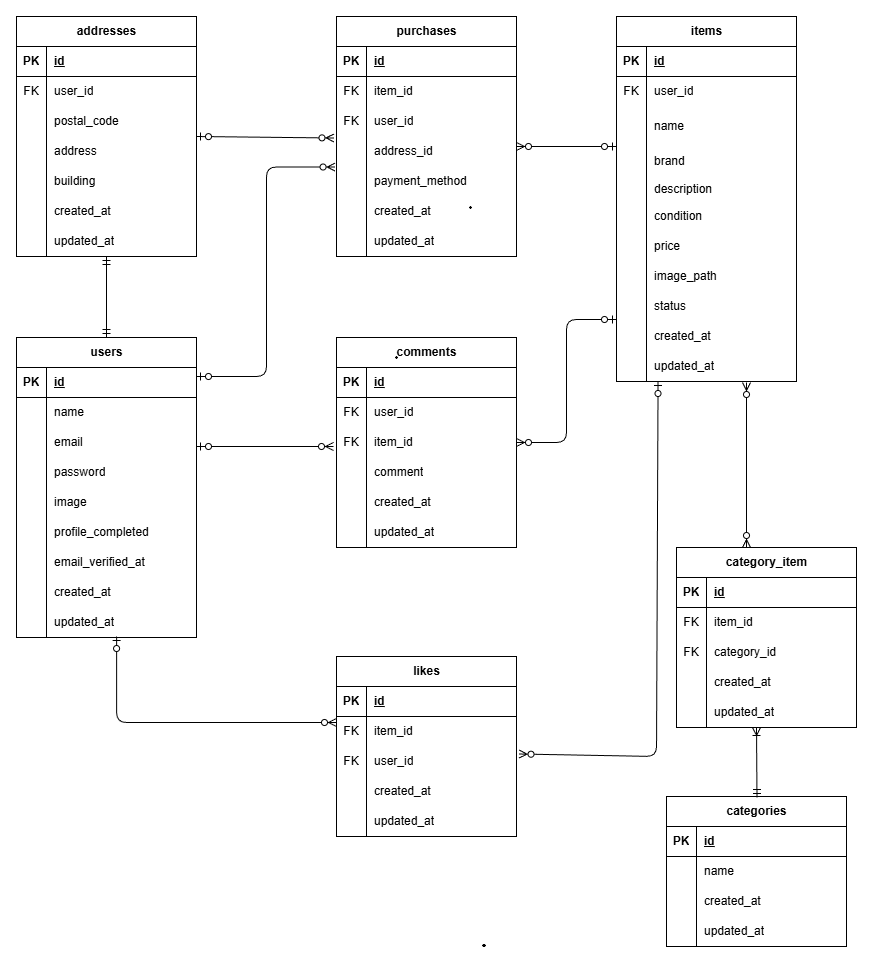
Above: src/er-diagram.drawio.png in kokoro28k/flea-market (draw.io), before the change. Source tidied: cells renumbered, new cells last; positions are measured from the earlier drawing's top-left corner, leaving out a move shared by most shapes.
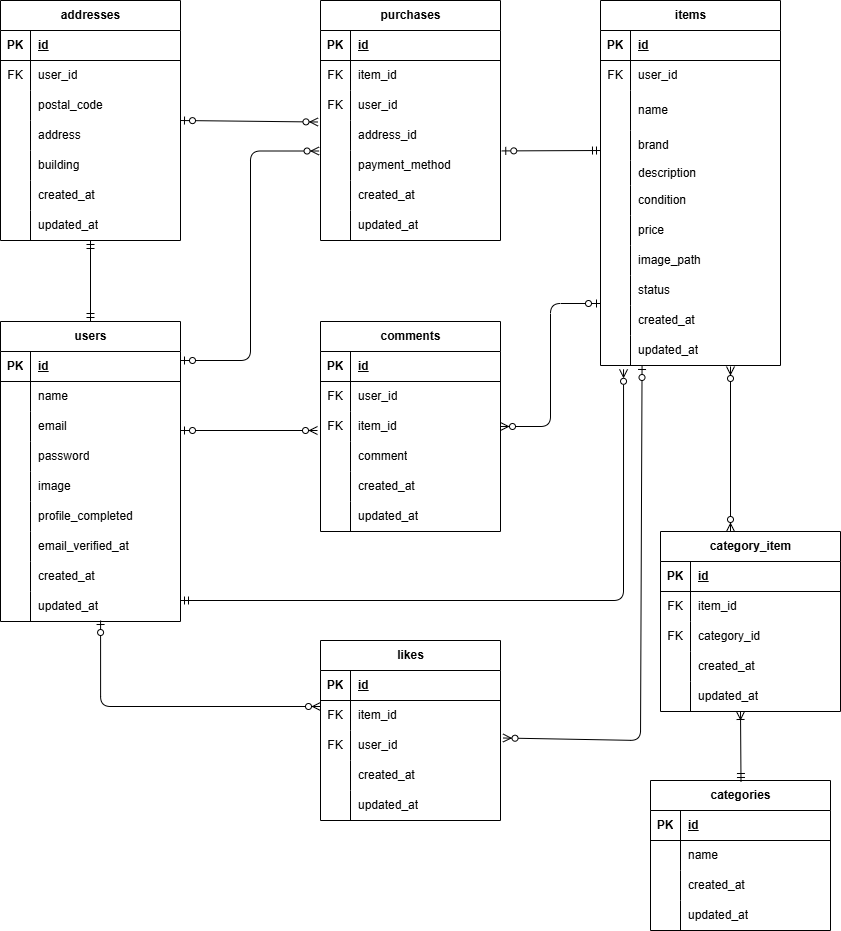
The same diagram one commit later.

What changed in the source:
```diff
@@ -410,12 +410,6 @@
         <mxPoint x="730" y="366" as="targetPoint" />
       </mxGeometry>
     </mxCell>
-    <mxCell id="136" style="fontSize=12;html=1;endArrow=ERzeroToMany;startArrow=ERzeroToOne;" parent="1" edge="1">
-      <mxGeometry relative="1" as="geometry">
-        <mxPoint x="600" y="130" as="sourcePoint" />
-        <mxPoint x="500" y="130" as="targetPoint" />
-      </mxGeometry>
-    </mxCell>
     <mxCell id="137" style="fontSize=12;html=1;endArrow=ERzeroToMany;startArrow=ERzeroToOne;entryX=1;entryY=0.5;entryDx=0;entryDy=0;edgeStyle=orthogonalEdgeStyle;" parent="1" edge="1" target="93">
       <mxGeometry relative="1" as="geometry">
         <mxPoint x="600" y="303" as="sourcePoint" />
@@ -583,5 +577,18 @@
         <mxPoint x="90" y="240" as="targetPoint" />
       </mxGeometry>
     </mxCell>
+    <mxCell id="182" style="fontSize=12;html=1;endArrow=ERmandOne;startArrow=ERzeroToOne;startFill=0;endFill=0;exitX=1.007;exitY=0.014;exitDx=0;exitDy=0;exitPerimeter=0;" parent="1" edge="1" source="125">
+      <mxGeometry relative="1" as="geometry">
+        <mxPoint x="600" y="150" as="targetPoint" />
+      </mxGeometry>
+    </mxCell>
+    <mxCell id="183" style="edgeStyle=orthogonalEdgeStyle;fontSize=12;html=1;endArrow=ERzeroToMany;startArrow=ERmandOne;entryX=0.128;entryY=1.127;entryDx=0;entryDy=0;entryPerimeter=0;endFill=0;" parent="1" edge="1" target="61">
+      <mxGeometry relative="1" as="geometry">
+        <mxPoint x="180" y="600" as="sourcePoint" />
+        <Array as="points">
+          <mxPoint x="623" y="600" />
+        </Array>
+      </mxGeometry>
+    </mxCell>
   </root>
 </mxGraphModel>
```
